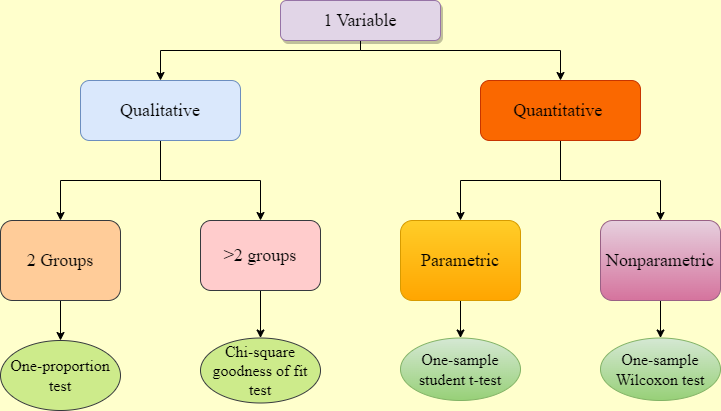
Before: OneVariable.drawio.png, a diagram exported from draw.io (Ochoka/Data). Source tidied: cells renumbered, new cells last; positions are measured from the earlier drawing's top-left corner, leaving out a move shared by most shapes.
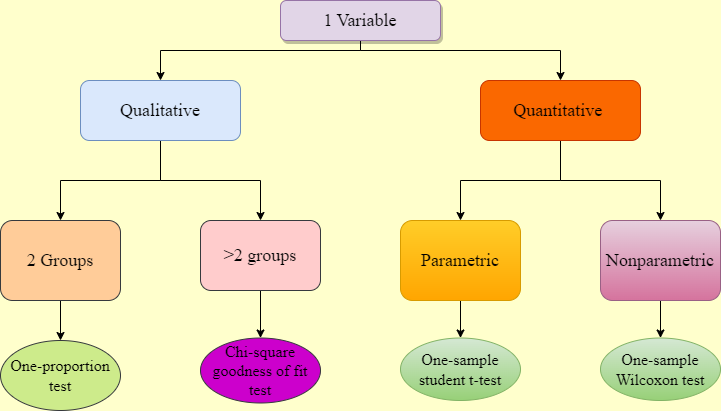
The same diagram one commit later.

What changed in the source:
```diff
@@ -29,7 +29,7 @@
     <mxCell id="10" value="&lt;font style=&quot;font-size: 16px;&quot; face=&quot;Times New Roman&quot;&gt;One-proportion test&lt;/font&gt;" style="ellipse;whiteSpace=wrap;html=1;fillColor=#cdeb8b;strokeColor=#36393d;" parent="1" vertex="1">
       <mxGeometry y="340" width="120" height="70" as="geometry" />
     </mxCell>
-    <mxCell id="11" value="&lt;font style=&quot;font-size: 16px;&quot; face=&quot;Times New Roman&quot;&gt;Chi-square goodness of fit test&lt;/font&gt;" style="ellipse;whiteSpace=wrap;html=1;fillColor=#cdeb8b;strokeColor=#36393d;" parent="1" vertex="1">
+    <mxCell id="11" value="&lt;font style=&quot;font-size: 16px;&quot; face=&quot;Times New Roman&quot;&gt;Chi-square goodness of fit test&lt;/font&gt;" style="ellipse;whiteSpace=wrap;html=1;fillColor=#CC00CC;strokeColor=#36393d;" parent="1" vertex="1">
       <mxGeometry x="200" y="337.5" width="120" height="65" as="geometry" />
     </mxCell>
     <mxCell id="12" value="&lt;font style=&quot;font-size: 16px;&quot; face=&quot;Times New Roman&quot;&gt;One-sample student t-test&lt;/font&gt;" style="ellipse;whiteSpace=wrap;html=1;fillColor=#d5e8d4;gradientColor=#97d077;strokeColor=#82b366;" parent="1" vertex="1">
```
